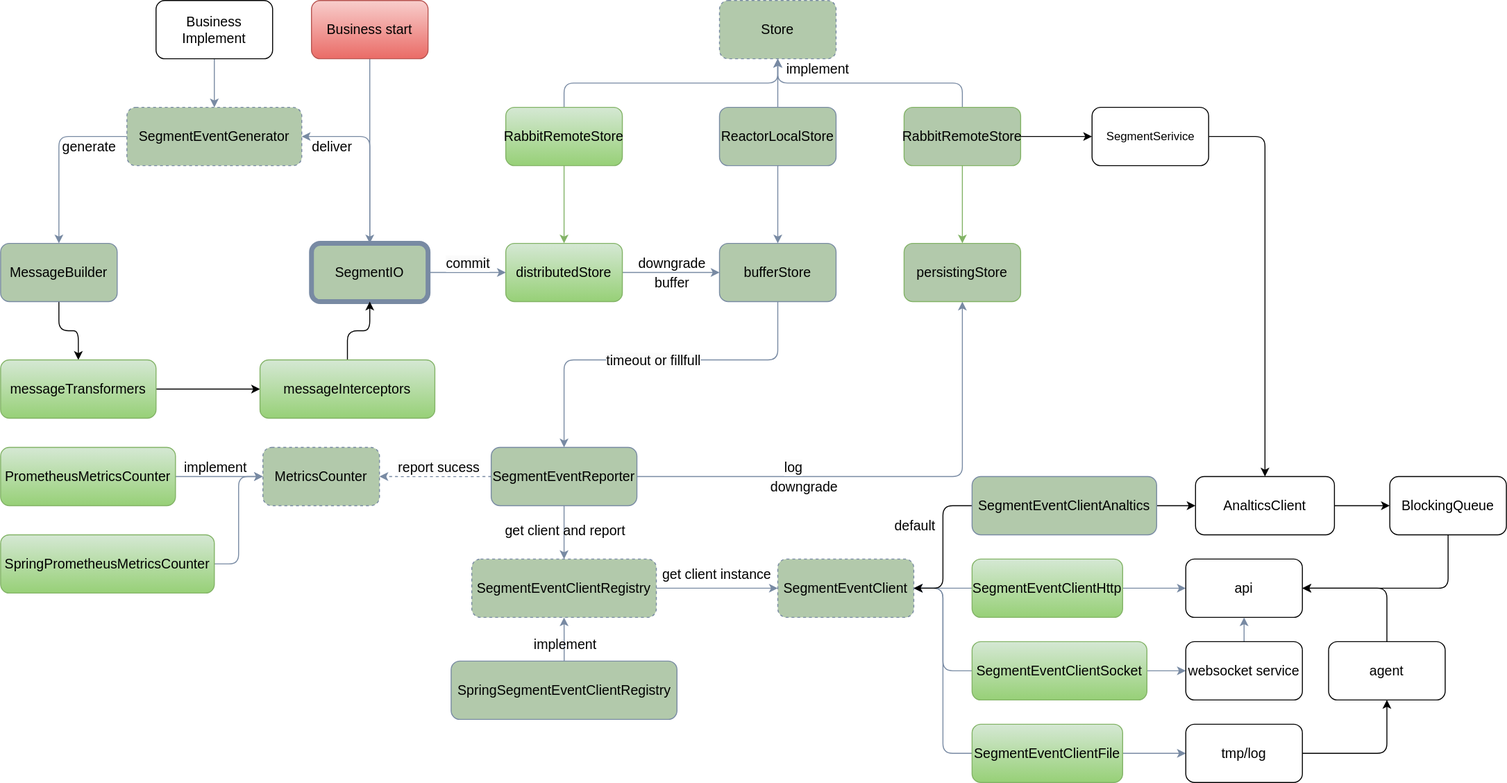
This is assets/SegmentEvent-V2.drawio.svg from sheldon-pacvue/segmenet-event, a draw.io export, as it was before one commit. Source tidied: cells renumbered, new cells last; positions are measured from the earlier drawing's top-left corner, leaving out a move shared by most shapes.
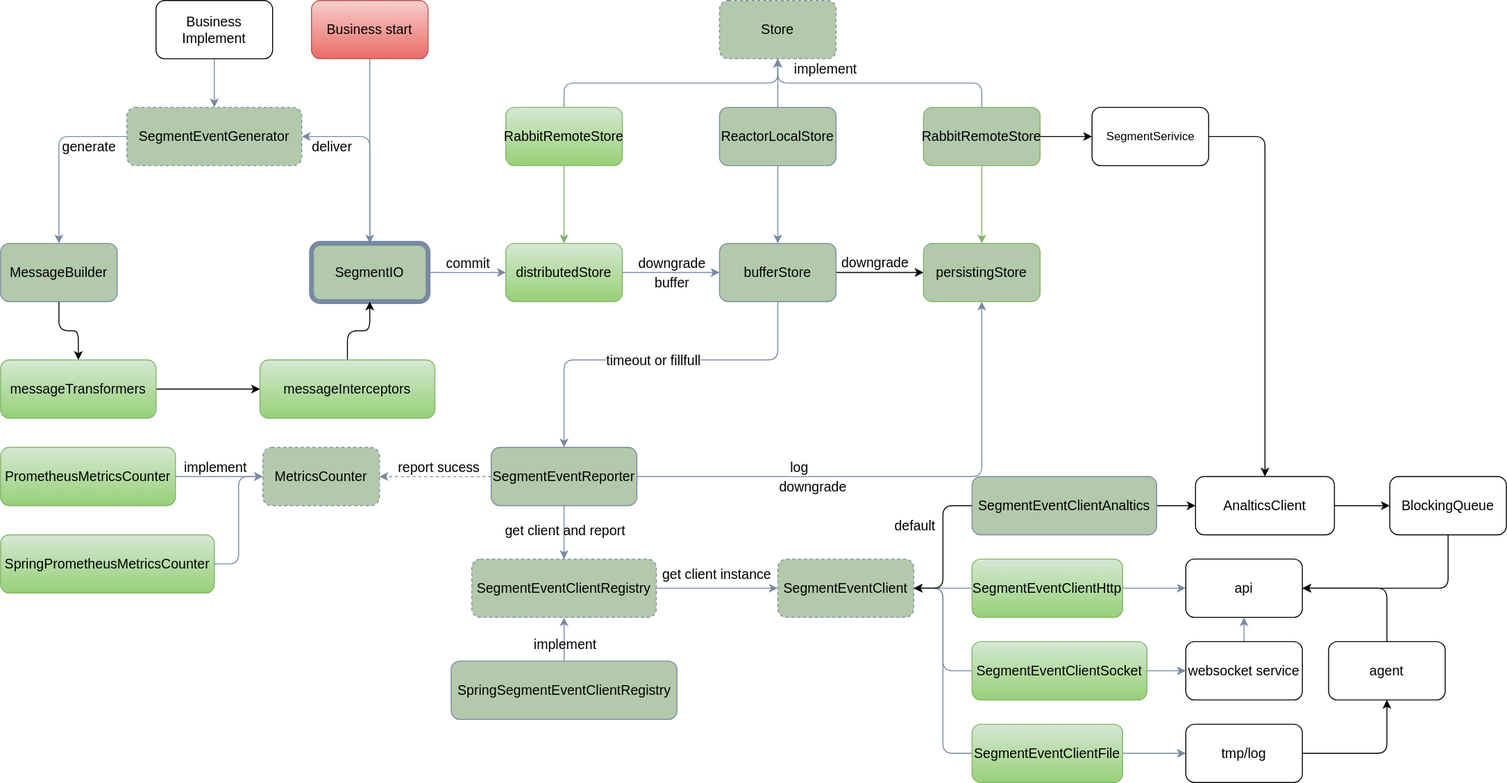
After the change.

The edit, as a diff of the source:
```diff
@@ -109,6 +109,9 @@
     <mxCell id="30" value="distributedStore" style="rounded=1;whiteSpace=wrap;html=1;strokeColor=#82b366;fillColor=#d5e8d4;labelBackgroundColor=none;fontSize=14;gradientColor=#97d077;" parent="1" vertex="1">
       <mxGeometry x="520" y="250" width="120" height="60" as="geometry" />
     </mxCell>
+    <mxCell id="88" value="downgrade" style="edgeStyle=none;html=1;exitX=1;exitY=0.5;exitDx=0;exitDy=0;fontSize=14;" parent="1" edge="1" source="31" target="68">
+      <mxGeometry x="-0.11" y="10" relative="1" as="geometry" />
+    </mxCell>
     <mxCell id="31" value="bufferStore" style="rounded=1;whiteSpace=wrap;html=1;strokeColor=#788AA3;fillColor=#B2C9AB;labelBackgroundColor=none;fontSize=14;fontColor=#000000;" parent="1" vertex="1">
       <mxGeometry x="740" y="250" width="120" height="60" as="geometry" />
     </mxCell>
@@ -224,10 +227,10 @@
       <mxGeometry relative="1" as="geometry" />
     </mxCell>
     <mxCell id="67" value="RabbitRemoteStore" style="rounded=1;whiteSpace=wrap;html=1;strokeColor=#82b366;fillColor=#B2C9AB;labelBackgroundColor=none;fontSize=14;gradientColor=none;" parent="1" vertex="1">
-      <mxGeometry x="930" y="110" width="120" height="60" as="geometry" />
+      <mxGeometry x="950" y="110" width="120" height="60" as="geometry" />
     </mxCell>
     <mxCell id="68" value="persistingStore" style="rounded=1;whiteSpace=wrap;html=1;strokeColor=#82b366;fillColor=#B2C9AB;labelBackgroundColor=none;fontSize=14;gradientColor=none;" parent="1" vertex="1">
-      <mxGeometry x="930" y="250" width="120" height="60" as="geometry" />
+      <mxGeometry x="950" y="250" width="120" height="60" as="geometry" />
     </mxCell>
     <mxCell id="69" style="edgeStyle=orthogonalEdgeStyle;rounded=1;jettySize=auto;html=1;exitX=0.5;exitY=0;exitDx=0;exitDy=0;entryX=0.5;entryY=1;entryDx=0;entryDy=0;labelBackgroundColor=none;strokeColor=#788AA3;fontColor=#000000;fontSize=14;" parent="1" edge="1" source="70" target="49">
       <mxGeometry relative="1" as="geometry" />
```
